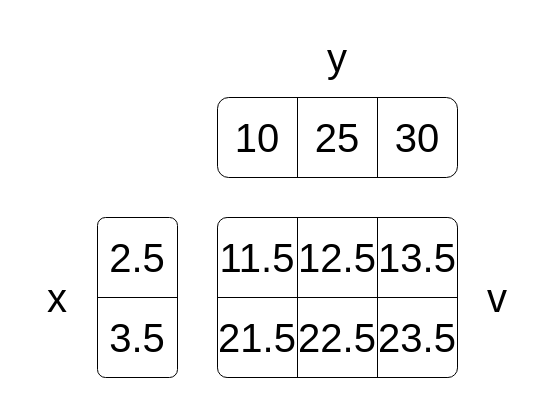
Before: main/images/regular-2-d.drawio in modelica/fmi-ls-struct, a draw.io diagram. Source tidied: cells renumbered, new cells numbered last; positions are measured from the earlier drawing's top-left corner, leaving out a move shared by most shapes. Both pictures are drawn from the tidied source at 100%, with x=0, y=0 at pixel (17, 17).
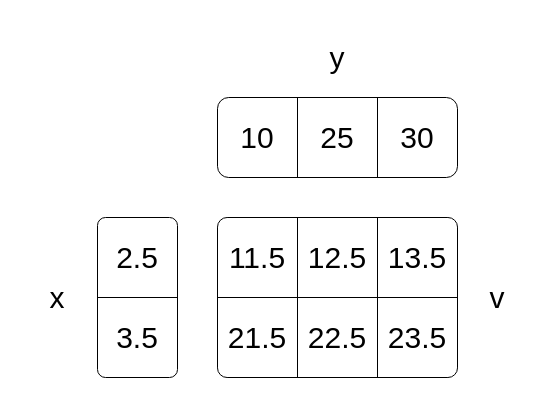
Above is the later version.

The edit, as a diff of the source:
```diff
@@
-    <mxCell id="2" style="rounded=1;whiteSpace=wrap;html=1;arcSize=10;" parent="1" vertex="1">
+    <mxCell id="2" style="rounded=1;whiteSpace=wrap;html=1;arcSize=10;fontSize=30;" parent="1" vertex="1">
       <mxGeometry x="80" y="200" width="80" height="160" as="geometry" />
     </mxCell>
-    <mxCell id="3" style="rounded=1;whiteSpace=wrap;html=1;arcSize=6;" parent="1" vertex="1">
+    <mxCell id="3" style="rounded=1;whiteSpace=wrap;html=1;arcSize=6;fontSize=30;" parent="1" vertex="1">
       <mxGeometry x="200" y="200" width="240" height="160" as="geometry" />
     </mxCell>
-    <mxCell id="4" style="rounded=1;whiteSpace=wrap;html=1;arcSize=14;" parent="1" vertex="1">
+    <mxCell id="4" style="rounded=1;whiteSpace=wrap;html=1;arcSize=14;fontSize=30;" parent="1" vertex="1">
       <mxGeometry x="200" y="80" width="240" height="80" as="geometry" />
     </mxCell>
-    <mxCell id="5" style="endArrow=none;html=1;rounded=0;" parent="1" edge="1">
+    <mxCell id="5" style="endArrow=none;html=1;rounded=0;fontSize=30;" parent="1" edge="1">
       <mxGeometry relative="1" as="geometry">
         <mxPoint x="280" y="160" as="sourcePoint" />
         <mxPoint x="280" y="80" as="targetPoint" />
       </mxGeometry>
     </mxCell>
-    <mxCell id="6" style="endArrow=none;html=1;rounded=0;" parent="1" edge="1">
+    <mxCell id="6" style="endArrow=none;html=1;rounded=0;fontSize=30;" parent="1" edge="1">
       <mxGeometry relative="1" as="geometry">
         <mxPoint x="360" y="160" as="sourcePoint" />
         <mxPoint x="360" y="80" as="targetPoint" />
       </mxGeometry>
     </mxCell>
-    <mxCell id="7" style="endArrow=none;html=1;rounded=0;" parent="1" edge="1">
+    <mxCell id="7" style="endArrow=none;html=1;rounded=0;fontSize=30;" parent="1" edge="1">
       <mxGeometry relative="1" as="geometry">
         <mxPoint x="160" y="280" as="sourcePoint" />
         <mxPoint x="80" y="280" as="targetPoint" />
       </mxGeometry>
     </mxCell>
-    <mxCell id="8" style="endArrow=none;html=1;rounded=0;" parent="1" edge="1">
+    <mxCell id="8" style="endArrow=none;html=1;rounded=0;fontSize=30;" parent="1" edge="1">
       <mxGeometry relative="1" as="geometry">
         <mxPoint x="440" y="280" as="sourcePoint" />
         <mxPoint x="200" y="280" as="targetPoint" />
       </mxGeometry>
     </mxCell>
-    <mxCell id="9" style="endArrow=none;html=1;rounded=0;" parent="1" edge="1">
+    <mxCell id="9" style="endArrow=none;html=1;rounded=0;fontSize=30;" parent="1" edge="1">
       <mxGeometry relative="1" as="geometry">
         <mxPoint x="360" y="360" as="sourcePoint" />
         <mxPoint x="360" y="200" as="targetPoint" />
       </mxGeometry>
     </mxCell>
-    <mxCell id="10" style="endArrow=none;html=1;rounded=0;" parent="1" edge="1">
+    <mxCell id="10" style="endArrow=none;html=1;rounded=0;fontSize=30;" parent="1" edge="1">
       <mxGeometry relative="1" as="geometry">
         <mxPoint x="280" y="360" as="sourcePoint" />
         <mxPoint x="280" y="200" as="targetPoint" />
       </mxGeometry>
     </mxCell>
-    <mxCell id="11" value="x" style="text;html=1;whiteSpace=wrap;strokeColor=none;fillColor=none;align=center;verticalAlign=middle;rounded=0;fontSize=40;" parent="1" vertex="1">
+    <mxCell id="11" value="x" style="text;html=1;whiteSpace=wrap;strokeColor=none;fillColor=none;align=center;verticalAlign=middle;rounded=0;fontSize=30;" parent="1" vertex="1">
       <mxGeometry y="239" width="80" height="81" as="geometry" />
     </mxCell>
-    <mxCell id="12" value="10" style="text;html=1;whiteSpace=wrap;strokeColor=none;fillColor=none;align=center;verticalAlign=middle;rounded=0;fontSize=40;" parent="1" vertex="1">
+    <mxCell id="12" value="10" style="text;html=1;whiteSpace=wrap;strokeColor=none;fillColor=none;align=center;verticalAlign=middle;rounded=0;fontSize=30;" parent="1" vertex="1">
       <mxGeometry x="200" y="80" width="80" height="80" as="geometry" />
     </mxCell>
-    <mxCell id="13" value="25" style="text;html=1;whiteSpace=wrap;strokeColor=none;fillColor=none;align=center;verticalAlign=middle;rounded=0;fontSize=40;" parent="1" vertex="1">
+    <mxCell id="13" value="25" style="text;html=1;whiteSpace=wrap;strokeColor=none;fillColor=none;align=center;verticalAlign=middle;rounded=0;fontSize=30;" parent="1" vertex="1">
       <mxGeometry x="280" y="80" width="80" height="80" as="geometry" />
     </mxCell>
-    <mxCell id="14" value="30" style="text;html=1;whiteSpace=wrap;strokeColor=none;fillColor=none;align=center;verticalAlign=middle;rounded=0;fontSize=40;" parent="1" vertex="1">
+    <mxCell id="14" value="30" style="text;html=1;whiteSpace=wrap;strokeColor=none;fillColor=none;align=center;verticalAlign=middle;rounded=0;fontSize=30;" parent="1" vertex="1">
       <mxGeometry x="360" y="80" width="80" height="80" as="geometry" />
     </mxCell>
-    <mxCell id="15" value="2.5" style="text;html=1;whiteSpace=wrap;strokeColor=none;fillColor=none;align=center;verticalAlign=middle;rounded=0;fontSize=40;" parent="1" vertex="1">
+    <mxCell id="15" value="2.5" style="text;html=1;whiteSpace=wrap;strokeColor=none;fillColor=none;align=center;verticalAlign=middle;rounded=0;fontSize=30;" parent="1" vertex="1">
       <mxGeometry x="80" y="200" width="80" height="80" as="geometry" />
     </mxCell>
-    <mxCell id="16" value="3.5" style="text;html=1;whiteSpace=wrap;strokeColor=none;fillColor=none;align=center;verticalAlign=middle;rounded=0;fontSize=40;" parent="1" vertex="1">
+    <mxCell id="16" value="3.5" style="text;html=1;whiteSpace=wrap;strokeColor=none;fillColor=none;align=center;verticalAlign=middle;rounded=0;fontSize=30;" parent="1" vertex="1">
       <mxGeometry x="80" y="280" width="80" height="80" as="geometry" />
     </mxCell>
-    <mxCell id="17" value="11.5" style="text;html=1;whiteSpace=wrap;strokeColor=none;fillColor=none;align=center;verticalAlign=middle;rounded=0;fontSize=40;" parent="1" vertex="1">
+    <mxCell id="17" value="11.5" style="text;html=1;whiteSpace=wrap;strokeColor=none;fillColor=none;align=center;verticalAlign=middle;rounded=0;fontSize=30;" parent="1" vertex="1">
       <mxGeometry x="200" y="200" width="80" height="80" as="geometry" />
     </mxCell>
-    <mxCell id="18" value="12.5" style="text;html=1;whiteSpace=wrap;strokeColor=none;fillColor=none;align=center;verticalAlign=middle;rounded=0;fontSize=40;" parent="1" vertex="1">
+    <mxCell id="18" value="12.5" style="text;html=1;whiteSpace=wrap;strokeColor=none;fillColor=none;align=center;verticalAlign=middle;rounded=0;fontSize=30;" parent="1" vertex="1">
       <mxGeometry x="280" y="200" width="80" height="80" as="geometry" />
     </mxCell>
-    <mxCell id="19" value="13.5" style="text;html=1;whiteSpace=wrap;strokeColor=none;fillColor=none;align=center;verticalAlign=middle;rounded=0;fontSize=40;" parent="1" vertex="1">
+    <mxCell id="19" value="13.5" style="text;html=1;whiteSpace=wrap;strokeColor=none;fillColor=none;align=center;verticalAlign=middle;rounded=0;fontSize=30;" parent="1" vertex="1">
       <mxGeometry x="360" y="200" width="80" height="80" as="geometry" />
     </mxCell>
-    <mxCell id="20" value="21.5" style="text;html=1;whiteSpace=wrap;strokeColor=none;fillColor=none;align=center;verticalAlign=middle;rounded=0;fontSize=40;" parent="1" vertex="1">
+    <mxCell id="20" value="21.5" style="text;html=1;whiteSpace=wrap;strokeColor=none;fillColor=none;align=center;verticalAlign=middle;rounded=0;fontSize=30;" parent="1" vertex="1">
       <mxGeometry x="200" y="280" width="80" height="80" as="geometry" />
     </mxCell>
-    <mxCell id="21" value="22.5" style="text;html=1;whiteSpace=wrap;strokeColor=none;fillColor=none;align=center;verticalAlign=middle;rounded=0;fontSize=40;" parent="1" vertex="1">
+    <mxCell id="21" value="22.5" style="text;html=1;whiteSpace=wrap;strokeColor=none;fillColor=none;align=center;verticalAlign=middle;rounded=0;fontSize=30;" parent="1" vertex="1">
       <mxGeometry x="280" y="280" width="80" height="80" as="geometry" />
     </mxCell>
-    <mxCell id="22" value="23.5" style="text;html=1;whiteSpace=wrap;strokeColor=none;fillColor=none;align=center;verticalAlign=middle;rounded=0;fontSize=40;" parent="1" vertex="1">
+    <mxCell id="22" value="23.5" style="text;html=1;whiteSpace=wrap;strokeColor=none;fillColor=none;align=center;verticalAlign=middle;rounded=0;fontSize=30;" parent="1" vertex="1">
       <mxGeometry x="360" y="280" width="80" height="80" as="geometry" />
     </mxCell>
-    <mxCell id="23" value="y" style="text;html=1;whiteSpace=wrap;strokeColor=none;fillColor=none;align=center;verticalAlign=middle;rounded=0;fontSize=40;" parent="1" vertex="1">
+    <mxCell id="23" value="y" style="text;html=1;whiteSpace=wrap;strokeColor=none;fillColor=none;align=center;verticalAlign=middle;rounded=0;fontSize=30;" parent="1" vertex="1">
       <mxGeometry x="280" width="80" height="80" as="geometry" />
     </mxCell>
-    <mxCell id="24" value="v" style="text;html=1;whiteSpace=wrap;strokeColor=none;fillColor=none;align=center;verticalAlign=middle;rounded=0;fontSize=40;" parent="1" vertex="1">
+    <mxCell id="24" value="v" style="text;html=1;whiteSpace=wrap;strokeColor=none;fillColor=none;align=center;verticalAlign=middle;rounded=0;fontSize=30;" parent="1" vertex="1">
       <mxGeometry x="440" y="239.5" width="80" height="80" as="geometry" />
     </mxCell>
```
